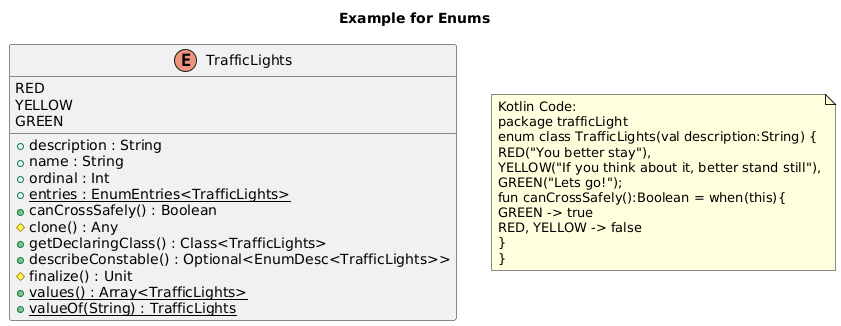
Before: doc/plantuml/Enums.png, a diagram exported from PlantUML (Tosaa/ksp-plantuml). Source of this version:
```plantuml
@startuml
title Example for Enums
enum "TrafficLights" as trafficLight_TrafficLights {
RED
YELLOW
GREEN
__
+ description : String
+ name : String
+ ordinal : Int
+ {static} entries : EnumEntries<TrafficLights>
+ canCrossSafely() : Boolean
# clone() : Any
+ getDeclaringClass() : Class<TrafficLights>
+ describeConstable() : Optional<EnumDesc<TrafficLights>>
# finalize() : Unit
+ {static} values() : Array<TrafficLights>
+ {static} valueOf(String) : TrafficLights
}
note as note_of_code
Kotlin Code:
package trafficLight
enum class TrafficLights(val description:String) {
RED("You better stay"),
YELLOW("If you think about it, better stand still"),
GREEN("Lets go!");
fun canCrossSafely():Boolean = when(this){
GREEN -> true
RED, YELLOW -> false
}
}
end note
@enduml
```
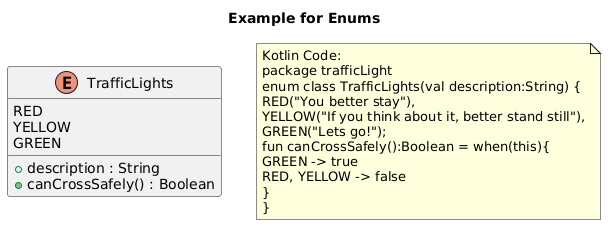
The same file after the commit.

Change to the diagram source:
```diff
@@ -6,16 +6,7 @@
 GREEN
 __
 + description : String
-+ name : String
-+ ordinal : Int
-+ {static} entries : EnumEntries<TrafficLights>
 + canCrossSafely() : Boolean
-# clone() : Any
-+ getDeclaringClass() : Class<TrafficLights>
-+ describeConstable() : Optional<EnumDesc<TrafficLights>>
-# finalize() : Unit
-+ {static} values() : Array<TrafficLights>
-+ {static} valueOf(String) : TrafficLights
 }
 note as note_of_code
 Kotlin Code:
```
